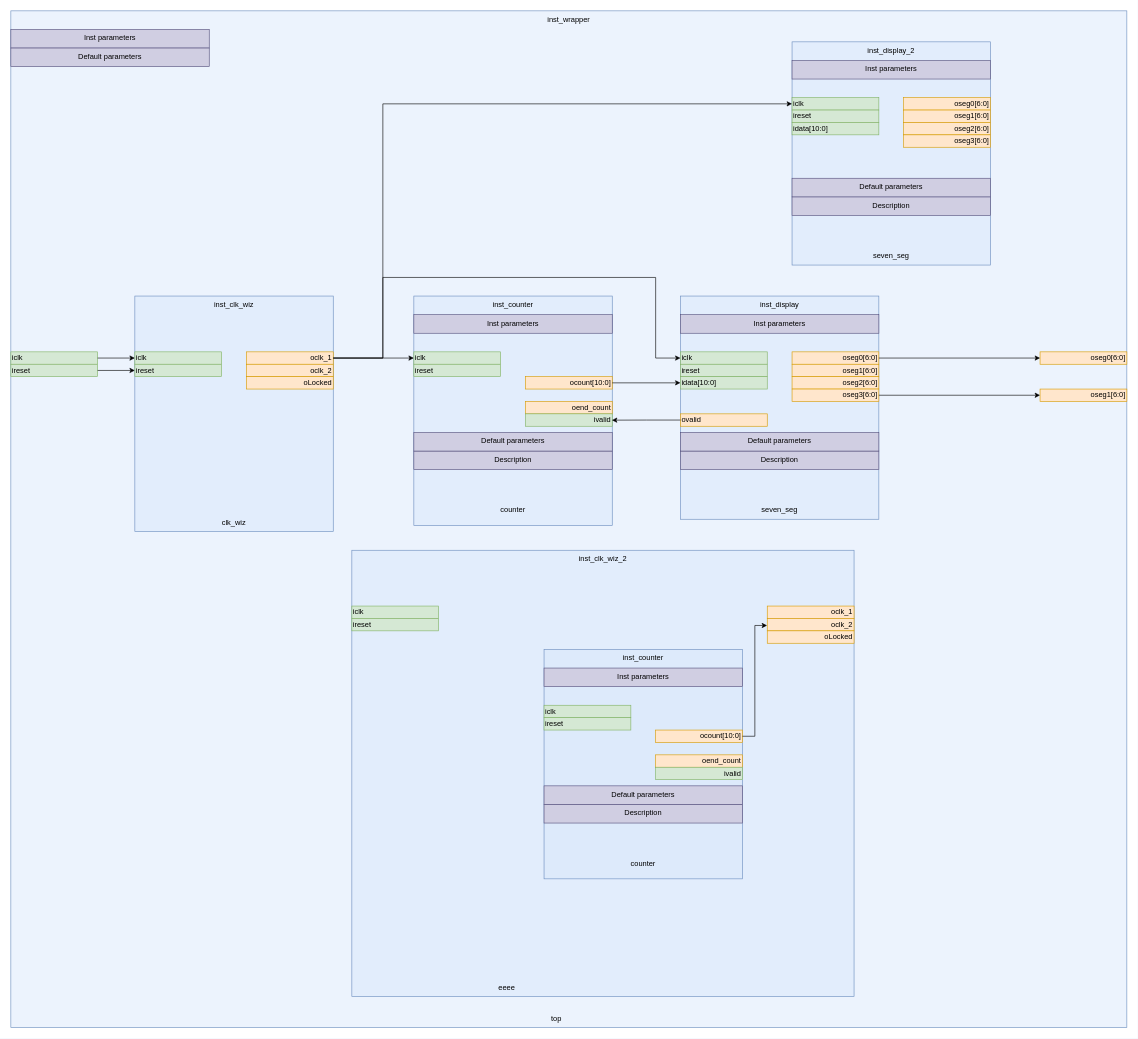
Earlier version of the draw.io diagram ex0.drawio (FPGA-Systems/drawio-hdl-builder). Source tidied: cells renumbered, new cells numbered last; positions are measured from the earlier drawing's top-left corner, leaving out a move shared by most shapes. Both pictures are drawn from the tidied source at 62%, with x=0, y=0 at pixel (11, 11).
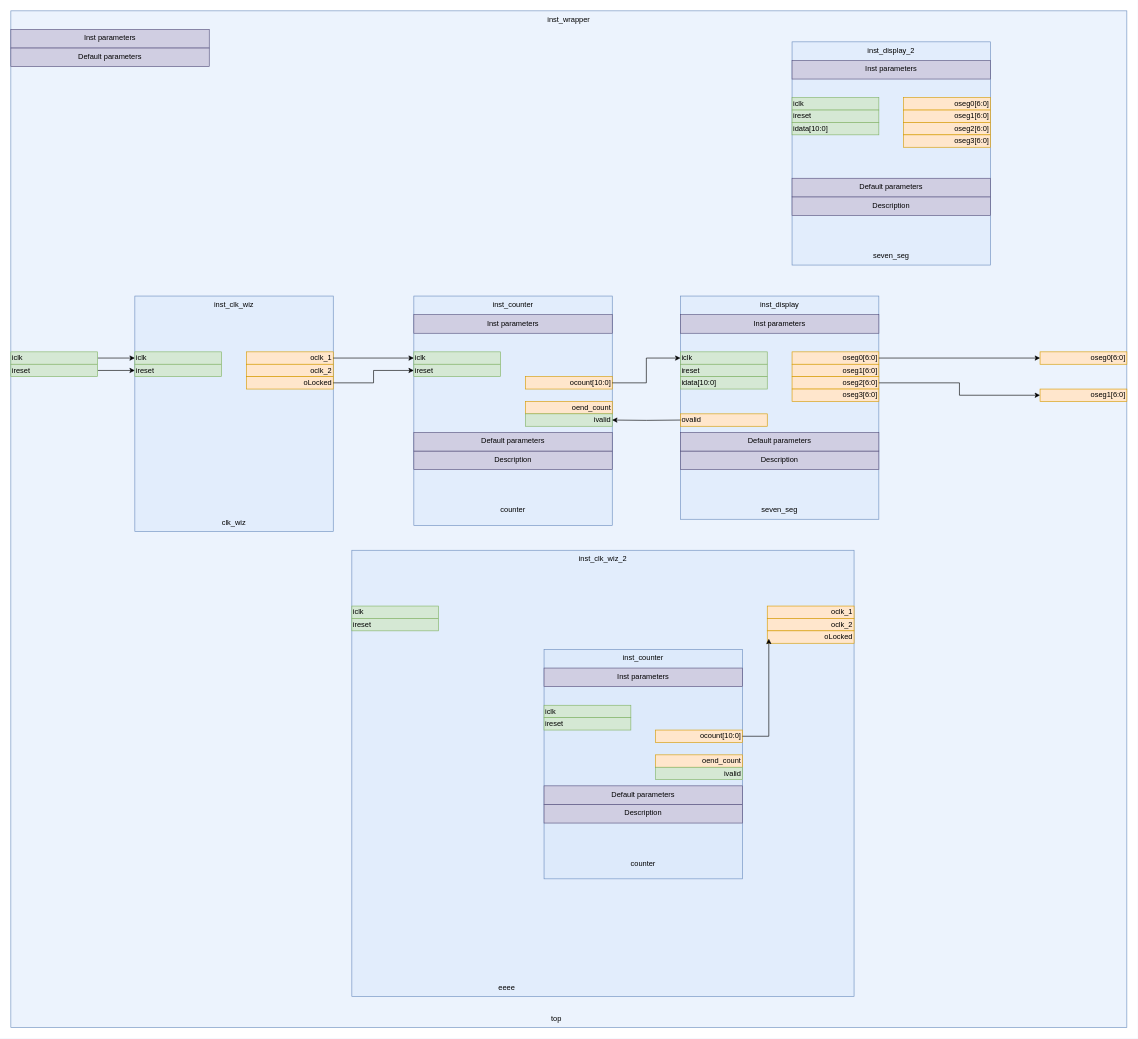
The same diagram, later.

The change refers to these unchanged cells:
```xml
<mxCell id="2" value="inst_wrapper" style="rounded=0;whiteSpace=wrap;html=1;labelPosition=center;verticalLabelPosition=middle;align=center;verticalAlign=top;movableLabel=0;enumerate=0;fixDash=1;fillColor=#dae8fc;strokeColor=#6c8ebf;fillOpacity=50;" parent="1" vertex="1">
  <mxGeometry width="1800" height="1640" as="geometry" />
</mxCell>
<mxCell id="8" value="ocount[10:0]" style="rounded=0;whiteSpace=wrap;html=1;align=right;fillColor=#ffe6cc;strokeColor=#d79b00;noLabel=0;snapToPoint=1;points=[[1,0.5,0,0,0]];" parent="6" vertex="1">
  <mxGeometry x="180" y="130" width="140" height="20" as="geometry" />
</mxCell>
<mxCell id="10" value="iclk" style="rounded=0;whiteSpace=wrap;html=1;align=left;fillColor=#d5e8d4;strokeColor=#82b366;points=[[0,0.5,0,0,0]];" parent="6" vertex="1">
  <mxGeometry y="90" width="140" height="20" as="geometry" />
</mxCell>
<mxCell id="11" value="ireset" style="rounded=0;whiteSpace=wrap;html=1;align=left;fillColor=#d5e8d4;strokeColor=#82b366;points=[[0,0.5,0,0,0]];" parent="6" vertex="1">
  <mxGeometry y="110" width="140" height="20" as="geometry" />
</mxCell>
<mxCell id="15" value="ivalid" style="rounded=0;whiteSpace=wrap;html=1;align=right;fillColor=#d5e8d4;strokeColor=#82b366;points=[[0,0.5,0,0,0]];" parent="6" vertex="1">
  <mxGeometry x="180" y="190" width="140" height="20" as="geometry" />
</mxCell>
<mxCell id="18" value="oclk_1" style="rounded=0;whiteSpace=wrap;html=1;align=right;fillColor=#ffe6cc;strokeColor=#d79b00;noLabel=0;snapToPoint=1;points=[[1,0.5,0,0,0]];" parent="16" vertex="1">
  <mxGeometry x="180" y="90" width="140" height="20" as="geometry" />
</mxCell>
<mxCell id="20" value="oLocked" style="rounded=0;whiteSpace=wrap;html=1;align=right;fillColor=#ffe6cc;strokeColor=#d79b00;noLabel=0;snapToPoint=1;points=[[1,0.5,0,0,0]];" parent="16" vertex="1">
  <mxGeometry x="180" y="130" width="140" height="20" as="geometry" />
</mxCell>
<mxCell id="21" value="iclk" style="rounded=0;whiteSpace=wrap;html=1;align=left;fillColor=#d5e8d4;strokeColor=#82b366;points=[[0,0.5,0,0,0]];" parent="16" vertex="1">
  <mxGeometry y="90" width="140" height="20" as="geometry" />
</mxCell>
<mxCell id="22" value="ireset" style="rounded=0;whiteSpace=wrap;html=1;align=left;fillColor=#d5e8d4;strokeColor=#82b366;points=[[0,0.5,0,0,0]];" parent="16" vertex="1">
  <mxGeometry y="110" width="140" height="20" as="geometry" />
</mxCell>
<mxCell id="26" value="oseg0[6:0]" style="rounded=0;whiteSpace=wrap;html=1;align=right;fillColor=#ffe6cc;strokeColor=#d79b00;noLabel=0;snapToPoint=1;points=[[1,0.5,0,0,0]];" parent="24" vertex="1">
  <mxGeometry x="180" y="90" width="140" height="20" as="geometry" />
</mxCell>
<mxCell id="27" value="iclk" style="rounded=0;whiteSpace=wrap;html=1;align=left;fillColor=#d5e8d4;strokeColor=#82b366;points=[[0,0.5,0,0,0]];" parent="24" vertex="1">
  <mxGeometry y="90" width="140" height="20" as="geometry" />
</mxCell>
<mxCell id="32" value="idata[10:0]" style="rounded=0;whiteSpace=wrap;html=1;align=left;fillColor=#d5e8d4;strokeColor=#82b366;points=[[0,0.5,0,0,0]];" parent="24" vertex="1">
  <mxGeometry y="130" width="140" height="20" as="geometry" />
</mxCell>
<mxCell id="34" value="oseg2[6:0]" style="rounded=0;whiteSpace=wrap;html=1;align=right;fillColor=#ffe6cc;strokeColor=#d79b00;noLabel=0;snapToPoint=1;points=[[1,0.5,0,0,0]];" parent="24" vertex="1">
  <mxGeometry x="180" y="130" width="140" height="20" as="geometry" />
</mxCell>
<mxCell id="35" value="oseg3[6:0]" style="rounded=0;whiteSpace=wrap;html=1;align=right;fillColor=#ffe6cc;strokeColor=#d79b00;noLabel=0;snapToPoint=1;points=[[1,0.5,0,0,0]];" parent="24" vertex="1">
  <mxGeometry x="180" y="150" width="140" height="20" as="geometry" />
</mxCell>
<mxCell id="36" value="ovalid" style="rounded=0;whiteSpace=wrap;html=1;align=left;fillColor=#ffe6cc;strokeColor=#d79b00;noLabel=0;snapToPoint=1;points=[[1,0.5,0,0,0]];" parent="24" vertex="1">
  <mxGeometry y="190" width="140" height="20" as="geometry" />
</mxCell>
<mxCell id="39" value="oseg0[6:0]" style="rounded=0;whiteSpace=wrap;html=1;align=right;fillColor=#ffe6cc;strokeColor=#d79b00;noLabel=0;snapToPoint=1;points=[[1,0.5,0,0,0]];direction=west;" parent="2" vertex="1">
  <mxGeometry x="1660" y="550" width="140" height="20" as="geometry" />
</mxCell>
<mxCell id="40" value="oseg1[6:0]" style="rounded=0;whiteSpace=wrap;html=1;align=right;fillColor=#ffe6cc;strokeColor=#d79b00;noLabel=0;snapToPoint=1;points=[[1,0.5,0,0,0]];direction=west;" parent="2" vertex="1">
  <mxGeometry x="1660" y="610" width="140" height="20" as="geometry" />
</mxCell>
<mxCell id="43" value="iclk" style="rounded=0;whiteSpace=wrap;html=1;align=left;fillColor=#d5e8d4;strokeColor=#82b366;points=[[0,0.5,0,0,0]];direction=west;" parent="2" vertex="1">
  <mxGeometry y="550" width="140" height="20" as="geometry" />
</mxCell>
<mxCell id="44" value="ireset" style="rounded=0;whiteSpace=wrap;html=1;align=left;fillColor=#d5e8d4;strokeColor=#82b366;points=[[0,0.5,0,0,0]];direction=west;" parent="2" vertex="1">
  <mxGeometry y="570" width="140" height="20" as="geometry" />
</mxCell>
<mxCell id="50" value="iclk" style="rounded=0;whiteSpace=wrap;html=1;align=left;fillColor=#d5e8d4;strokeColor=#82b366;points=[[0,0.5,0,0,0]];" parent="47" vertex="1">
  <mxGeometry y="90" width="140" height="20" as="geometry" />
</mxCell>
<mxCell id="61" value="inst_clk_wiz_2" style="rounded=0;whiteSpace=wrap;html=1;labelPosition=center;verticalLabelPosition=middle;align=center;verticalAlign=top;movableLabel=0;enumerate=0;fixDash=1;fillColor=#dae8fc;strokeColor=#6c8ebf;fillOpacity=50;" parent="2" vertex="1">
  <mxGeometry x="550" y="870" width="810" height="720" as="geometry" />
</mxCell>
<mxCell id="64" value="oclk_2" style="rounded=0;whiteSpace=wrap;html=1;align=right;fillColor=#ffe6cc;strokeColor=#d79b00;noLabel=0;snapToPoint=1;points=[[1,0.5,0,0,0]];" parent="61" vertex="1">
  <mxGeometry x="670" y="110" width="140" height="20" as="geometry" />
</mxCell>
<mxCell id="65" value="oLocked" style="rounded=0;whiteSpace=wrap;html=1;align=right;fillColor=#ffe6cc;strokeColor=#d79b00;noLabel=0;snapToPoint=1;points=[[1,0.5,0,0,0]];" parent="61" vertex="1">
  <mxGeometry x="670" y="130" width="140" height="20" as="geometry" />
</mxCell>
<mxCell id="70" value="ocount[10:0]" style="rounded=0;whiteSpace=wrap;html=1;align=right;fillColor=#ffe6cc;strokeColor=#d79b00;noLabel=0;snapToPoint=1;points=[[1,0.5,0,0,0]];" parent="68" vertex="1">
  <mxGeometry x="180" y="130" width="140" height="20" as="geometry" />
</mxCell>
```

The edit, as a diff of the source:
```diff
@@
-    <mxCell id="23" style="edgeStyle=orthogonalEdgeStyle;rounded=0;jettySize=auto;html=1;entryX=0;entryY=0.5;entryDx=0;entryDy=0;entryPerimeter=0;" parent="2" edge="1" source="18" target="10">
-      <mxGeometry relative="1" as="geometry" />
-    </mxCell>
@@
-    <mxCell id="37" style="edgeStyle=orthogonalEdgeStyle;rounded=0;jettySize=auto;html=1;entryX=0;entryY=0.5;entryDx=0;entryDy=0;entryPerimeter=0;exitX=1;exitY=0.5;exitDx=0;exitDy=0;exitPerimeter=0;" parent="2" edge="1" source="18" target="27">
-      <mxGeometry relative="1" as="geometry">
-        <Array as="points">
-          <mxPoint x="600" y="560" />
-          <mxPoint x="600" y="430" />
-          <mxPoint x="1040" y="430" />
-          <mxPoint x="1040" y="560" />
-        </Array>
-      </mxGeometry>
-    </mxCell>
-    <mxCell id="38" style="edgeStyle=orthogonalEdgeStyle;rounded=0;jettySize=auto;html=1;entryX=0;entryY=0.5;entryDx=0;entryDy=0;entryPerimeter=0;exitX=1;exitY=0.5;exitDx=0;exitDy=0;exitPerimeter=0;" parent="2" edge="1" source="8" target="32">
-      <mxGeometry relative="1" as="geometry" />
-    </mxCell>
@@
-    <mxCell id="41" style="edgeStyle=orthogonalEdgeStyle;rounded=0;jettySize=auto;html=1;entryX=1;entryY=0.5;entryDx=0;entryDy=0;entryPerimeter=0;exitX=1;exitY=0.5;exitDx=0;exitDy=0;exitPerimeter=0;" parent="2" edge="1" source="26" target="39">
-      <mxGeometry relative="1" as="geometry" />
-    </mxCell>
-    <mxCell id="42" style="edgeStyle=orthogonalEdgeStyle;rounded=0;jettySize=auto;html=1;entryX=1;entryY=0.5;entryDx=0;entryDy=0;entryPerimeter=0;exitX=1;exitY=0.5;exitDx=0;exitDy=0;exitPerimeter=0;" parent="2" edge="1" source="35" target="40">
-      <mxGeometry relative="1" as="geometry" />
-    </mxCell>
+    <mxCell id="45" style="edgeStyle=orthogonalEdgeStyle;rounded=0;jettySize=auto;html=1;" parent="2" edge="1" source="43" target="21">
+      <mxGeometry relative="1" as="geometry" />
+    </mxCell>
@@
+    <mxCell id="46" style="edgeStyle=orthogonalEdgeStyle;rounded=0;jettySize=auto;html=1;entryX=0;entryY=0.5;entryDx=0;entryDy=0;entryPerimeter=0;" parent="2" edge="1" source="44" target="22">
+      <mxGeometry relative="1" as="geometry" />
+    </mxCell>
@@
-    <mxCell id="45" style="edgeStyle=orthogonalEdgeStyle;rounded=0;jettySize=auto;html=1;exitX=0;exitY=0.5;exitDx=0;exitDy=0;exitPerimeter=0;entryX=0;entryY=0.5;entryDx=0;entryDy=0;entryPerimeter=0;" parent="2" edge="1" source="43" target="21">
-      <mxGeometry relative="1" as="geometry" />
-    </mxCell>
-    <mxCell id="46" style="edgeStyle=orthogonalEdgeStyle;rounded=0;jettySize=auto;html=1;entryX=0;entryY=0.5;entryDx=0;entryDy=0;entryPerimeter=0;exitX=0;exitY=0.5;exitDx=0;exitDy=0;exitPerimeter=0;" parent="2" edge="1" source="44" target="22">
-      <mxGeometry relative="1" as="geometry" />
-    </mxCell>
@@
-    <mxCell id="59" style="edgeStyle=orthogonalEdgeStyle;rounded=0;jettySize=auto;html=1;entryX=0;entryY=0.5;entryDx=0;entryDy=0;entryPerimeter=0;exitX=1;exitY=0.5;exitDx=0;exitDy=0;exitPerimeter=0;" parent="2" edge="1" source="18" target="50">
-      <mxGeometry relative="1" as="geometry">
-        <Array as="points">
-          <mxPoint x="600" y="560" />
-          <mxPoint x="600" y="150" />
-        </Array>
-      </mxGeometry>
-    </mxCell>
-    <mxCell id="60" style="edgeStyle=orthogonalEdgeStyle;rounded=0;jettySize=auto;html=1;exitX=0;exitY=0.5;exitDx=0;exitDy=0;exitPerimeter=0;entryX=0.996;entryY=0.509;entryDx=0;entryDy=0;entryPerimeter=0;" parent="2" edge="1" source="36" target="15">
-      <mxGeometry relative="1" as="geometry" />
-    </mxCell>
@@
-    <mxCell id="78" style="edgeStyle=orthogonalEdgeStyle;rounded=0;jettySize=auto;html=1;entryX=-0.002;entryY=0.567;entryDx=0;entryDy=0;entryPerimeter=0;exitX=1;exitY=0.5;exitDx=0;exitDy=0;exitPerimeter=0;" parent="61" edge="1" source="70" target="64">
-      <mxGeometry relative="1" as="geometry" />
-    </mxCell>
+    <mxCell id="79" style="edgeStyle=orthogonalEdgeStyle;rounded=0;jettySize=auto;html=1;entryX=0.018;entryY=0.635;entryDx=0;entryDy=0;entryPerimeter=0;" parent="61" edge="1" source="70" target="65">
+      <mxGeometry relative="1" as="geometry" />
+    </mxCell>
+    <mxCell id="23" style="edgeStyle=orthogonalEdgeStyle;rounded=0;jettySize=auto;html=1;" parent="2" edge="1" source="18" target="10">
+      <mxGeometry relative="1" as="geometry" />
+    </mxCell>
+    <mxCell id="80" style="edgeStyle=orthogonalEdgeStyle;rounded=0;jettySize=auto;html=1;entryX=0;entryY=0.5;entryDx=0;entryDy=0;entryPerimeter=0;" parent="2" edge="1" source="20" target="11">
+      <mxGeometry relative="1" as="geometry" />
+    </mxCell>
+    <mxCell id="81" style="edgeStyle=orthogonalEdgeStyle;rounded=0;jettySize=auto;html=1;entryX=0;entryY=0.5;entryDx=0;entryDy=0;entryPerimeter=0;" parent="2" edge="1" source="8" target="27">
+      <mxGeometry relative="1" as="geometry" />
+    </mxCell>
+    <mxCell id="82" style="edgeStyle=orthogonalEdgeStyle;rounded=0;jettySize=auto;html=1;entryX=0.998;entryY=0.5;entryDx=0;entryDy=0;entryPerimeter=0;" parent="2" edge="1" target="15">
+      <mxGeometry relative="1" as="geometry">
+        <mxPoint x="1080" y="660" as="sourcePoint" />
+      </mxGeometry>
+    </mxCell>
+    <mxCell id="41" style="edgeStyle=orthogonalEdgeStyle;rounded=0;jettySize=auto;html=1;entryX=1;entryY=0.5;entryDx=0;entryDy=0;entryPerimeter=0;" parent="2" edge="1" source="26" target="39">
+      <mxGeometry relative="1" as="geometry" />
+    </mxCell>
+    <mxCell id="83" style="edgeStyle=orthogonalEdgeStyle;rounded=0;jettySize=auto;html=1;entryX=1;entryY=0.5;entryDx=0;entryDy=0;entryPerimeter=0;" parent="2" edge="1" source="34" target="40">
+      <mxGeometry relative="1" as="geometry" />
+    </mxCell>
```
